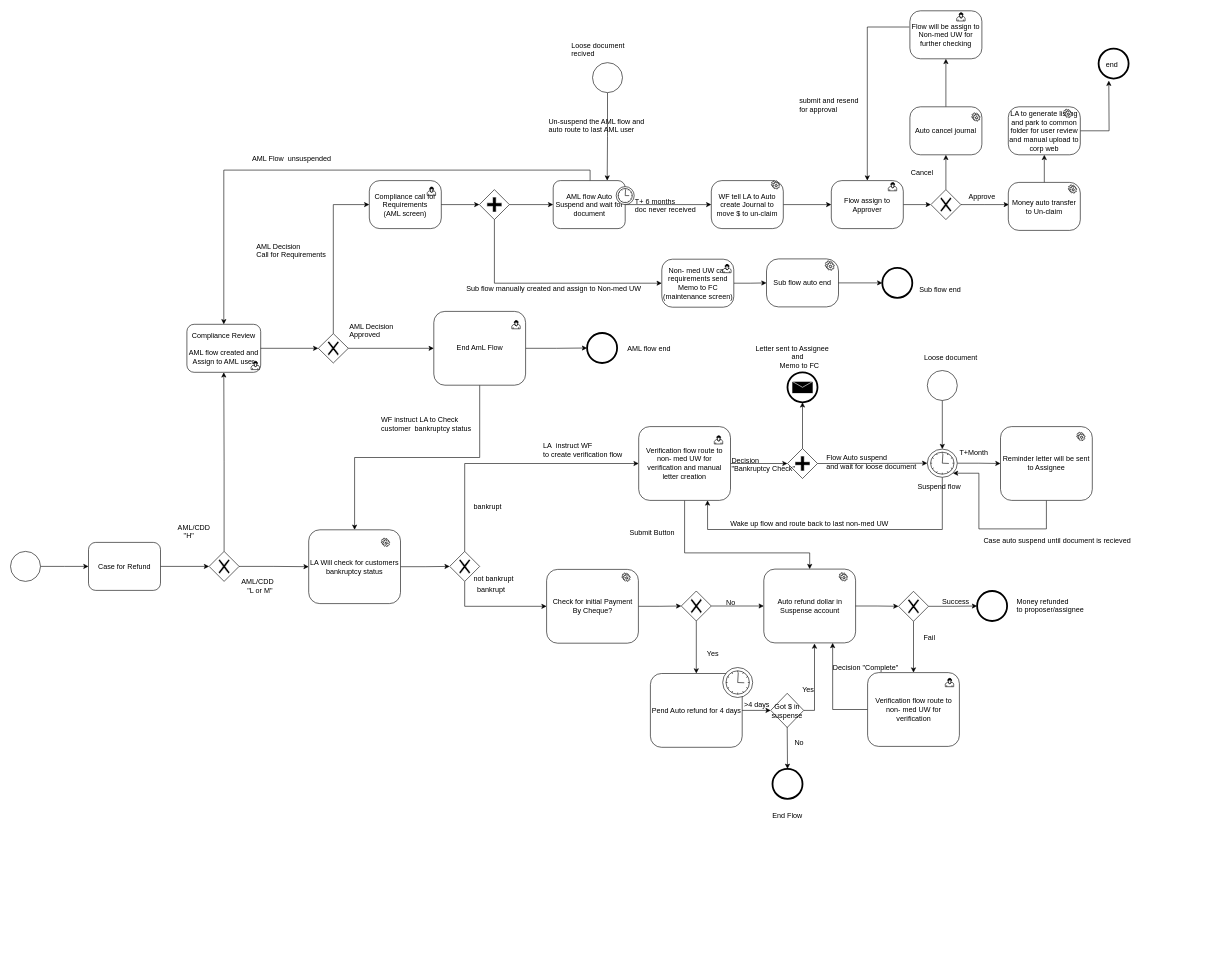
Earlier version of the draw.io diagram page "Refund" (11 of 13) of Jeff.drawio (Jefferzonlee/WorkFlow-BPR). Source tidied: cells renumbered, new cells numbered last; positions are measured from the earlier drawing's top-left corner, leaving out a move shared by most shapes. Both pictures are drawn from the tidied source at 60%, with x=0, y=0 at pixel (10, 10).
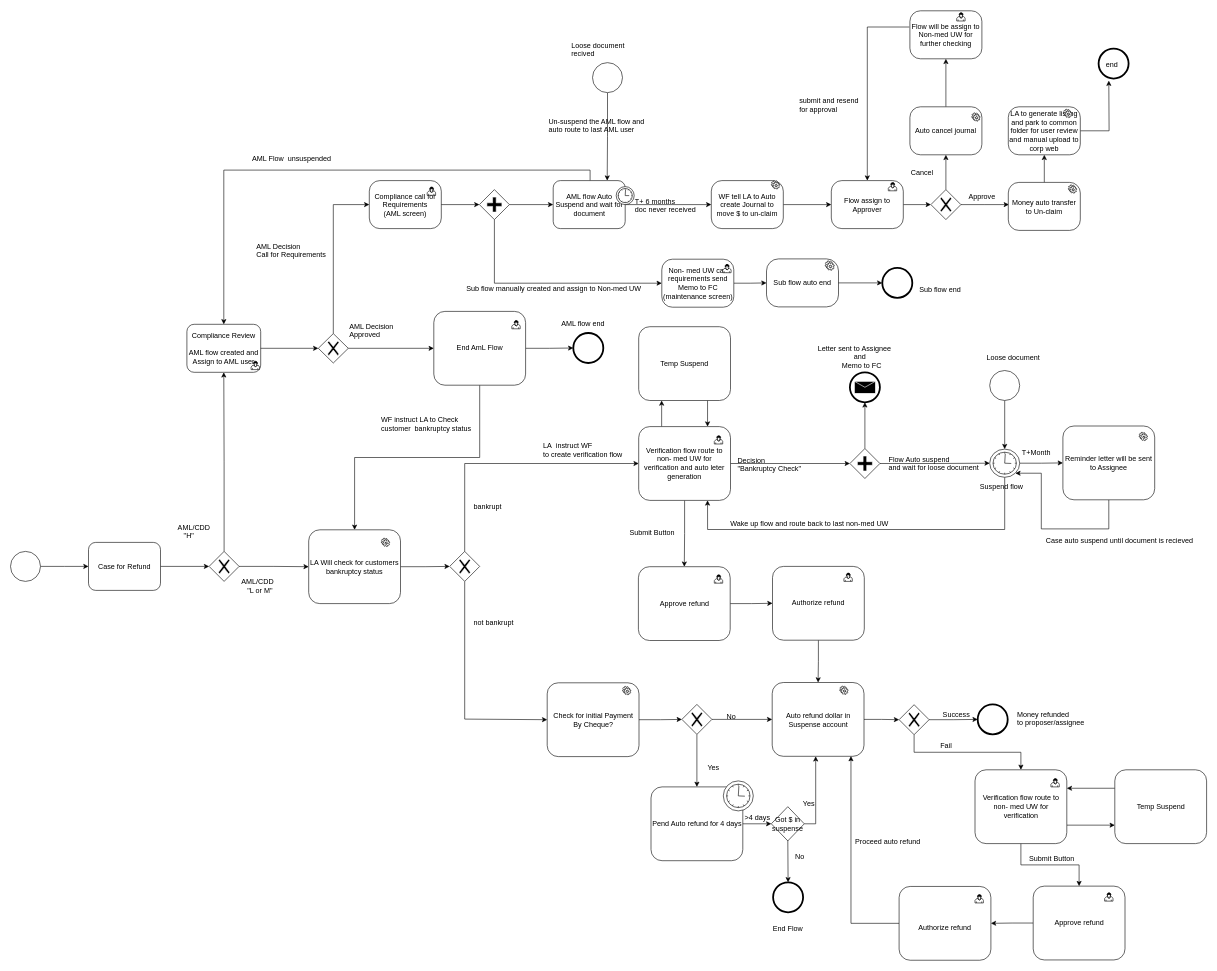
Above is the later version.

The change refers to these unchanged cells:
```xml
<mxCell id="56" style="shape=mxgraph.bpmn.shape;html=1;verticalLabelPosition=bottom;labelBackgroundColor=#ffffff;verticalAlign=top;align=center;perimeter=rhombusPerimeter;background=gateway;outlineConnect=0;outline=none;symbol=exclusiveGw;" parent="1" vertex="1">
  <mxGeometry x="732" y="901.5" width="50" height="50" as="geometry" />
</mxCell>
```

Diff of the diagram source:
```diff
@@
     <mxCell id="44" value="&amp;nbsp;AML flow end" style="text;html=1;align=left;verticalAlign=top;spacingTop=-4;" parent="1" vertex="1">
-      <mxGeometry x="1023" y="553.5" width="90" height="20" as="geometry" />
+      <mxGeometry x="913" y="513" width="90" height="20" as="geometry" />
     </mxCell>
@@
     <mxCell id="48" style="shape=mxgraph.bpmn.shape;html=1;verticalLabelPosition=bottom;labelBackgroundColor=#ffffff;verticalAlign=top;align=center;perimeter=ellipsePerimeter;outlineConnect=0;outline=end;symbol=general;" parent="1" vertex="1">
-      <mxGeometry x="961" y="537.5" width="50" height="50" as="geometry" />
+      <mxGeometry x="938" y="537.5" width="50" height="50" as="geometry" />
     </mxCell>
@@
     <mxCell id="54" style="edgeStyle=orthogonalEdgeStyle;rounded=0;jettySize=auto;html=1;exitX=0.5;exitY=1;exitDx=0;exitDy=0;entryX=0;entryY=0.5;entryDx=0;entryDy=0;" parent="1" edge="1" source="56" target="81">
       <mxGeometry relative="1" as="geometry">
         <Array as="points">
-          <mxPoint x="757" y="993" />
+          <mxPoint x="757" y="1181" />
         </Array>
       </mxGeometry>
     </mxCell>
@@
     <mxCell id="57" value="not bankrupt" style="text;html=1;align=left;verticalAlign=top;spacingTop=-4;" parent="1" vertex="1">
-      <mxGeometry x="769.5" y="937.5" width="80" height="20" as="geometry" />
+      <mxGeometry x="769.5" y="1009.5" width="80" height="20" as="geometry" />
     </mxCell>
-    <mxCell id="58" value="bankrupt" style="text;html=1;align=left;verticalAlign=top;spacingTop=-4;" parent="1" vertex="1">
-      <mxGeometry x="775.5" y="955" width="60" height="20" as="geometry" />
-    </mxCell>
@@
-    <mxCell id="60" style="edgeStyle=orthogonalEdgeStyle;rounded=0;jettySize=auto;html=1;entryX=0.5;entryY=0;entryDx=0;entryDy=0;exitX=0.5;exitY=1;exitDx=0;exitDy=0;" parent="1" edge="1" source="61" target="88">
-      <mxGeometry relative="1" as="geometry">
-        <Array as="points">
-          <mxPoint x="1124" y="904" />
-          <mxPoint x="1332" y="904" />
-        </Array>
-      </mxGeometry>
-    </mxCell>
+    <mxCell id="146" style="edgeStyle=orthogonalEdgeStyle;rounded=0;jettySize=auto;html=1;" parent="1" edge="1" source="61" target="154">
+      <mxGeometry relative="1" as="geometry" />
+    </mxCell>
+    <mxCell id="147" style="edgeStyle=orthogonalEdgeStyle;rounded=0;jettySize=auto;html=1;entryX=0.25;entryY=1;entryDx=0;entryDy=0;exitX=0.25;exitY=0;exitDx=0;exitDy=0;" parent="1" edge="1" source="61" target="149">
+      <mxGeometry relative="1" as="geometry" />
+    </mxCell>
-    <mxCell id="61" value="Verification flow route to non- med UW for verification and manual letter creation" style="shape=ext;rounded=1;html=1;whiteSpace=wrap;" parent="1" vertex="1">
+    <mxCell id="61" value="Verification flow route to non- med UW for verification and auto leter generation" style="shape=ext;rounded=1;html=1;whiteSpace=wrap;" parent="1" vertex="1">
       <mxGeometry x="1047" y="693.5" width="153" height="123" as="geometry" />
     </mxCell>
+    <mxCell id="148" style="edgeStyle=orthogonalEdgeStyle;rounded=0;jettySize=auto;html=1;entryX=0.75;entryY=0;entryDx=0;entryDy=0;exitX=0.75;exitY=1;exitDx=0;exitDy=0;" parent="1" edge="1" source="149" target="61">
+      <mxGeometry relative="1" as="geometry" />
+    </mxCell>
+    <mxCell id="149" value="Temp Suspend" style="shape=ext;rounded=1;html=1;whiteSpace=wrap;" parent="1" vertex="1">
+      <mxGeometry x="1047" y="527" width="153" height="123" as="geometry" />
+    </mxCell>
@@
     <mxCell id="65" value="Suspend flow" style="text;html=1;align=left;verticalAlign=top;spacingTop=-4;" parent="1" vertex="1">
-      <mxGeometry x="1510" y="784" width="90" height="20" as="geometry" />
+      <mxGeometry x="1614" y="784" width="90" height="20" as="geometry" />
     </mxCell>
@@
     <mxCell id="67" style="shape=mxgraph.bpmn.shape;html=1;verticalLabelPosition=bottom;labelBackgroundColor=#ffffff;verticalAlign=top;align=center;perimeter=rhombusPerimeter;background=gateway;outlineConnect=0;outline=none;symbol=parallelGw;" parent="1" vertex="1">
-      <mxGeometry x="1295" y="730" width="50" height="50" as="geometry" />
+      <mxGeometry x="1399" y="730" width="50" height="50" as="geometry" />
     </mxCell>
     <mxCell id="68" style="shape=mxgraph.bpmn.shape;html=1;verticalLabelPosition=bottom;labelBackgroundColor=#ffffff;verticalAlign=top;align=center;perimeter=ellipsePerimeter;outlineConnect=0;outline=end;symbol=message;" parent="1" vertex="1">
-      <mxGeometry x="1295" y="603" width="50" height="50" as="geometry" />
+      <mxGeometry x="1399" y="603" width="50" height="50" as="geometry" />
     </mxCell>
     <mxCell id="69" value="Letter sent to Assignee &lt;br&gt;&amp;nbsp; &amp;nbsp; &amp;nbsp; &amp;nbsp; &amp;nbsp; &amp;nbsp; &amp;nbsp; &amp;nbsp; &amp;nbsp; and &lt;br&gt;&amp;nbsp; &amp;nbsp; &amp;nbsp; &amp;nbsp; &amp;nbsp; &amp;nbsp; Memo to FC" style="text;html=1;align=left;verticalAlign=top;spacingTop=-4;" parent="1" vertex="1">
-      <mxGeometry x="1240" y="553.5" width="140" height="40" as="geometry" />
+      <mxGeometry x="1344" y="553.5" width="140" height="40" as="geometry" />
     </mxCell>
     <mxCell id="70" value="Flow Auto suspend&lt;br&gt;and wait for loose document&lt;br&gt;" style="text;html=1;align=left;verticalAlign=top;spacingTop=-4;" parent="1" vertex="1">
-      <mxGeometry x="1358" y="735.5" width="170" height="30" as="geometry" />
+      <mxGeometry x="1462" y="738.5" width="170" height="30" as="geometry" />
     </mxCell>
     <mxCell id="71" value="Decision &lt;br&gt;&quot;Bankruptcy Check&quot;" style="text;html=1;align=left;verticalAlign=top;spacingTop=-4;" parent="1" vertex="1">
-      <mxGeometry x="1200" y="740" width="120" height="30" as="geometry" />
+      <mxGeometry x="1210" y="740" width="120" height="30" as="geometry" />
     </mxCell>
@@
     <mxCell id="73" style="shape=mxgraph.bpmn.shape;html=1;verticalLabelPosition=bottom;labelBackgroundColor=#ffffff;verticalAlign=top;align=center;perimeter=ellipsePerimeter;outlineConnect=0;outline=standard;symbol=general;" parent="1" vertex="1">
-      <mxGeometry x="1528" y="600" width="50" height="50" as="geometry" />
+      <mxGeometry x="1632" y="600" width="50" height="50" as="geometry" />
     </mxCell>
     <mxCell id="74" value="Loose document" style="text;html=1;align=left;verticalAlign=top;spacingTop=-4;" parent="1" vertex="1">
-      <mxGeometry x="1521" y="569" width="100" height="20" as="geometry" />
+      <mxGeometry x="1625" y="569" width="100" height="20" as="geometry" />
     </mxCell>
     <mxCell id="75" style="edgeStyle=orthogonalEdgeStyle;rounded=0;jettySize=auto;html=1;entryX=0.75;entryY=1;entryDx=0;entryDy=0;" parent="1" edge="1" source="77" target="61">
       <mxGeometry relative="1" as="geometry">
         <Array as="points">
-          <mxPoint x="1553" y="865" />
+          <mxPoint x="1657" y="865" />
           <mxPoint x="1162" y="865" />
         </Array>
       </mxGeometry>
     </mxCell>
@@
     <mxCell id="77" style="shape=mxgraph.bpmn.shape;html=1;verticalLabelPosition=bottom;labelBackgroundColor=#ffffff;verticalAlign=top;align=center;perimeter=ellipsePerimeter;outlineConnect=0;outline=standard;symbol=timer;" parent="1" vertex="1">
-      <mxGeometry x="1528" y="731" width="50" height="47" as="geometry" />
+      <mxGeometry x="1632" y="731" width="50" height="47" as="geometry" />
     </mxCell>
@@
     <mxCell id="81" value="Check for initial Payment&lt;br&gt;By Cheque?&lt;br&gt;" style="shape=ext;rounded=1;html=1;whiteSpace=wrap;" parent="1" vertex="1">
-      <mxGeometry x="893.5" y="931.5" width="153" height="123" as="geometry" />
+      <mxGeometry x="894.5" y="1120.5" width="153" height="123" as="geometry" />
     </mxCell>
@@
     <mxCell id="84" style="shape=mxgraph.bpmn.shape;html=1;verticalLabelPosition=bottom;labelBackgroundColor=#ffffff;verticalAlign=top;align=center;perimeter=rhombusPerimeter;background=gateway;outlineConnect=0;outline=none;symbol=exclusiveGw;" parent="1" vertex="1">
-      <mxGeometry x="1118" y="967.5" width="50" height="50" as="geometry" />
+      <mxGeometry x="1119" y="1156.5" width="50" height="50" as="geometry" />
     </mxCell>
     <mxCell id="85" value="No" style="text;html=1;align=left;verticalAlign=top;spacingTop=-4;" parent="1" vertex="1">
-      <mxGeometry x="1191" y="978" width="30" height="20" as="geometry" />
+      <mxGeometry x="1192" y="1167" width="30" height="20" as="geometry" />
     </mxCell>
     <mxCell id="86" style="shape=mxgraph.bpmn.service_task;html=1;" parent="1" vertex="1">
-      <mxGeometry x="1019" y="937.4" width="14" height="14" as="geometry" />
+      <mxGeometry x="1020" y="1126.4" width="14" height="14" as="geometry" />
     </mxCell>
@@
     <mxCell id="88" value="Auto refund dollar in Suspense account" style="shape=ext;rounded=1;html=1;whiteSpace=wrap;" parent="1" vertex="1">
-      <mxGeometry x="1255.5" y="931" width="153" height="123" as="geometry" />
+      <mxGeometry x="1269.5" y="1120" width="153" height="123" as="geometry" />
     </mxCell>
     <mxCell id="89" style="shape=mxgraph.bpmn.service_task;html=1;" parent="1" vertex="1">
-      <mxGeometry x="1381" y="936.9" width="14" height="14" as="geometry" />
+      <mxGeometry x="1382" y="1125.9" width="14" height="14" as="geometry" />
     </mxCell>
     <mxCell id="90" style="shape=mxgraph.bpmn.shape;html=1;verticalLabelPosition=bottom;labelBackgroundColor=#ffffff;verticalAlign=top;align=center;perimeter=ellipsePerimeter;outlineConnect=0;outline=end;symbol=general;" parent="1" vertex="1">
-      <mxGeometry x="1611" y="967.5" width="50" height="50" as="geometry" />
+      <mxGeometry x="1612" y="1156.5" width="50" height="50" as="geometry" />
     </mxCell>
     <mxCell id="91" value="Money refunded &lt;br&gt;to proposer/assignee" style="text;html=1;align=left;verticalAlign=top;spacingTop=-4;" parent="1" vertex="1">
-      <mxGeometry x="1675" y="975" width="130" height="30" as="geometry" />
+      <mxGeometry x="1676" y="1164" width="130" height="30" as="geometry" />
     </mxCell>
     <mxCell id="92" value="Yes" style="text;html=1;align=left;verticalAlign=top;spacingTop=-4;" parent="1" vertex="1">
-      <mxGeometry x="1159" y="1063" width="40" height="20" as="geometry" />
+      <mxGeometry x="1160" y="1252" width="40" height="20" as="geometry" />
     </mxCell>
-    <mxCell id="93" style="edgeStyle=orthogonalEdgeStyle;rounded=0;jettySize=auto;html=1;exitX=1;exitY=0.5;exitDx=0;exitDy=0;" parent="1" edge="1" source="114">
+    <mxCell id="93" style="edgeStyle=orthogonalEdgeStyle;rounded=0;jettySize=auto;html=1;exitX=1;exitY=0.5;exitDx=0;exitDy=0;" parent="1" edge="1" source="114" target="88">
       <mxGeometry relative="1" as="geometry">
-        <mxPoint x="1340" y="1055" as="targetPoint" />
         <Array as="points">
-          <mxPoint x="1340" y="1167" />
+          <mxPoint x="1342" y="1356" />
         </Array>
       </mxGeometry>
     </mxCell>
     <mxCell id="94" value="Pend Auto refund for 4 days" style="shape=ext;rounded=1;html=1;whiteSpace=wrap;" parent="1" vertex="1">
-      <mxGeometry x="1066.5" y="1105" width="153" height="123" as="geometry" />
+      <mxGeometry x="1067.5" y="1294" width="153" height="123" as="geometry" />
     </mxCell>
     <mxCell id="95" style="shape=mxgraph.bpmn.shape;html=1;verticalLabelPosition=bottom;labelBackgroundColor=#ffffff;verticalAlign=top;align=center;perimeter=ellipsePerimeter;outline=standard;symbol=timer;" parent="1" vertex="1">
-      <mxGeometry x="1187" y="1095" width="50" height="50" as="geometry" />
+      <mxGeometry x="1188" y="1284" width="50" height="50" as="geometry" />
     </mxCell>
     <mxCell id="96" value="&amp;gt;4 days" style="text;html=1;align=left;verticalAlign=top;spacingTop=-4;" parent="1" vertex="1">
-      <mxGeometry x="1221" y="1146.5" width="60" height="20" as="geometry" />
+      <mxGeometry x="1222" y="1335.5" width="60" height="20" as="geometry" />
     </mxCell>
-    <mxCell id="97" style="edgeStyle=orthogonalEdgeStyle;rounded=0;jettySize=auto;html=1;" parent="1" edge="1" source="98" target="103">
+    <mxCell id="97" style="edgeStyle=orthogonalEdgeStyle;rounded=0;jettySize=auto;html=1;exitX=0.5;exitY=1;exitDx=0;exitDy=0;" parent="1" edge="1" source="98" target="103">
       <mxGeometry relative="1" as="geometry" />
     </mxCell>
     <mxCell id="98" style="shape=mxgraph.bpmn.shape;html=1;verticalLabelPosition=bottom;labelBackgroundColor=#ffffff;verticalAlign=top;align=center;perimeter=rhombusPerimeter;background=gateway;outlineConnect=0;outline=none;symbol=exclusiveGw;" parent="1" vertex="1">
-      <mxGeometry x="1480" y="968" width="50" height="50" as="geometry" />
+      <mxGeometry x="1481" y="1157" width="50" height="50" as="geometry" />
     </mxCell>
@@
     <mxCell id="100" value="Success" style="text;html=1;align=left;verticalAlign=top;spacingTop=-4;" parent="1" vertex="1">
-      <mxGeometry x="1551" y="975" width="60" height="20" as="geometry" />
+      <mxGeometry x="1552" y="1164" width="60" height="20" as="geometry" />
     </mxCell>
     <mxCell id="101" value="Fail" style="text;html=1;align=left;verticalAlign=top;spacingTop=-4;" parent="1" vertex="1">
-      <mxGeometry x="1520" y="1036" width="30" height="20" as="geometry" />
+      <mxGeometry x="1548" y="1215" width="30" height="20" as="geometry" />
     </mxCell>
-    <mxCell id="102" style="edgeStyle=orthogonalEdgeStyle;rounded=0;jettySize=auto;html=1;entryX=0.75;entryY=1;entryDx=0;entryDy=0;exitX=0;exitY=0.5;exitDx=0;exitDy=0;" parent="1" edge="1" source="103" target="88">
+    <mxCell id="102" style="edgeStyle=orthogonalEdgeStyle;rounded=0;jettySize=auto;html=1;entryX=0.5;entryY=0;entryDx=0;entryDy=0;" parent="1" edge="1" source="103" target="162">
       <mxGeometry relative="1" as="geometry" />
     </mxCell>
+    <mxCell id="150" style="edgeStyle=orthogonalEdgeStyle;rounded=0;jettySize=auto;html=1;exitX=1;exitY=0.75;exitDx=0;exitDy=0;entryX=0;entryY=0.75;entryDx=0;entryDy=0;" parent="1" edge="1" source="103" target="152">
+      <mxGeometry relative="1" as="geometry" />
+    </mxCell>
     <mxCell id="103" value="Verification flow route to non- med UW for verification" style="shape=ext;rounded=1;html=1;whiteSpace=wrap;" parent="1" vertex="1">
-      <mxGeometry x="1428.5" y="1103.5" width="153" height="123" as="geometry" />
+      <mxGeometry x="1607.5" y="1265.5" width="153" height="123" as="geometry" />
     </mxCell>
+    <mxCell id="151" style="edgeStyle=orthogonalEdgeStyle;rounded=0;jettySize=auto;html=1;entryX=1;entryY=0.25;entryDx=0;entryDy=0;exitX=0;exitY=0.25;exitDx=0;exitDy=0;" parent="1" edge="1" source="152" target="103">
+      <mxGeometry relative="1" as="geometry" />
+    </mxCell>
+    <mxCell id="152" value="Temp Suspend" style="shape=ext;rounded=1;html=1;whiteSpace=wrap;" parent="1" vertex="1">
+      <mxGeometry x="1840.5" y="1265.5" width="153" height="123" as="geometry" />
+    </mxCell>
     <mxCell id="104" style="html=1;shape=mxgraph.bpmn.user_task;" parent="1" vertex="1">
-      <mxGeometry x="1558" y="1113" width="14" height="14" as="geometry">
+      <mxGeometry x="1734" y="1280" width="14" height="14" as="geometry">
         <mxPoint x="7" y="7" as="offset" />
       </mxGeometry>
     </mxCell>
-    <mxCell id="105" value="Decision &quot;Complete&quot;" style="text;html=1;align=left;verticalAlign=top;spacingTop=-4;" parent="1" vertex="1">
-      <mxGeometry x="1368.5" y="1085" width="120" height="20" as="geometry" />
-    </mxCell>
@@
     <mxCell id="107" value="T+Month" style="text;html=1;align=left;verticalAlign=top;spacingTop=-4;" parent="1" vertex="1">
-      <mxGeometry x="1580" y="728" width="60" height="20" as="geometry" />
+      <mxGeometry x="1684" y="728" width="60" height="20" as="geometry" />
     </mxCell>
     <mxCell id="108" style="edgeStyle=orthogonalEdgeStyle;rounded=0;jettySize=auto;html=1;entryX=0.855;entryY=0.855;entryDx=0;entryDy=0;entryPerimeter=0;exitX=0.5;exitY=1;exitDx=0;exitDy=0;" parent="1" edge="1" source="109" target="77">
       <mxGeometry relative="1" as="geometry">
         <Array as="points">
-          <mxPoint x="1727" y="864" />
-          <mxPoint x="1614" y="864" />
-          <mxPoint x="1614" y="771" />
+          <mxPoint x="1831" y="864" />
+          <mxPoint x="1718" y="864" />
+          <mxPoint x="1718" y="771" />
         </Array>
       </mxGeometry>
     </mxCell>
     <mxCell id="109" value="Reminder letter will be sent to Assignee" style="shape=ext;rounded=1;html=1;whiteSpace=wrap;" parent="1" vertex="1">
-      <mxGeometry x="1650" y="693.5" width="153" height="123" as="geometry" />
+      <mxGeometry x="1754" y="692.5" width="153" height="123" as="geometry" />
     </mxCell>
     <mxCell id="110" value="Case auto suspend until document is recieved" style="text;html=1;align=left;verticalAlign=top;spacingTop=-4;" parent="1" vertex="1">
-      <mxGeometry x="1620" y="873.5" width="260" height="20" as="geometry" />
+      <mxGeometry x="1724" y="873.5" width="260" height="20" as="geometry" />
     </mxCell>
     <mxCell id="111" style="edgeStyle=orthogonalEdgeStyle;rounded=0;jettySize=auto;html=1;entryX=0.5;entryY=0;entryDx=0;entryDy=0;" parent="1" edge="1" target="115">
       <mxGeometry relative="1" as="geometry">
-        <mxPoint x="1294.5" y="1192" as="sourcePoint" />
+        <mxPoint x="1295.5" y="1381" as="sourcePoint" />
       </mxGeometry>
     </mxCell>
@@
     <mxCell id="113" value="No" style="text;html=1;align=left;verticalAlign=top;spacingTop=-4;" parent="1" vertex="1">
-      <mxGeometry x="1305" y="1211" width="25" height="14" as="geometry" />
+      <mxGeometry x="1306" y="1400" width="25" height="14" as="geometry" />
     </mxCell>
     <mxCell id="114" value="Got $ in suspense" style="rhombus;whiteSpace=wrap;html=1;" parent="1" vertex="1">
-      <mxGeometry x="1267" y="1138" width="55" height="57" as="geometry" />
+      <mxGeometry x="1268" y="1327" width="55" height="57" as="geometry" />
     </mxCell>
     <mxCell id="115" style="shape=mxgraph.bpmn.shape;html=1;verticalLabelPosition=bottom;labelBackgroundColor=#ffffff;verticalAlign=top;align=center;perimeter=ellipsePerimeter;outlineConnect=0;outline=end;symbol=general;" parent="1" vertex="1">
-      <mxGeometry x="1270" y="1264" width="50" height="50" as="geometry" />
+      <mxGeometry x="1271" y="1453" width="50" height="50" as="geometry" />
     </mxCell>
     <mxCell id="116" value="End Flow" style="text;html=1;align=left;verticalAlign=top;spacingTop=-4;" parent="1" vertex="1">
-      <mxGeometry x="1268" y="1332" width="70" height="20" as="geometry" />
+      <mxGeometry x="1269" y="1521" width="70" height="20" as="geometry" />
     </mxCell>
@@
     <mxCell id="144" value="Yes" style="text;html=1;align=left;verticalAlign=top;spacingTop=-4;" parent="1" vertex="1">
-      <mxGeometry x="1318" y="1123" width="30" height="14" as="geometry" />
+      <mxGeometry x="1319" y="1312" width="30" height="14" as="geometry" />
     </mxCell>
     <mxCell id="145" style="shape=mxgraph.bpmn.service_task;html=1;" parent="1" vertex="1">
-      <mxGeometry x="1777" y="702.9" width="14" height="14" as="geometry" />
+      <mxGeometry x="1881" y="702.9" width="14" height="14" as="geometry" />
     </mxCell>
+    <mxCell id="153" style="edgeStyle=orthogonalEdgeStyle;rounded=0;jettySize=auto;html=1;" parent="1" edge="1" source="154" target="156">
+      <mxGeometry relative="1" as="geometry" />
+    </mxCell>
+    <mxCell id="154" value="Approve refund" style="shape=ext;rounded=1;html=1;whiteSpace=wrap;" parent="1" vertex="1">
+      <mxGeometry x="1046.5" y="927" width="153" height="123" as="geometry" />
+    </mxCell>
+    <mxCell id="155" style="edgeStyle=orthogonalEdgeStyle;rounded=0;jettySize=auto;html=1;" parent="1" edge="1" source="156" target="88">
+      <mxGeometry relative="1" as="geometry" />
+    </mxCell>
+    <mxCell id="156" value="Authorize refund" style="shape=ext;rounded=1;html=1;whiteSpace=wrap;" parent="1" vertex="1">
+      <mxGeometry x="1270" y="926.5" width="153" height="123" as="geometry" />
+    </mxCell>
+    <mxCell id="157" style="html=1;shape=mxgraph.bpmn.user_task;" parent="1" vertex="1">
+      <mxGeometry x="1389" y="937.5" width="14" height="14" as="geometry">
+        <mxPoint x="7" y="7" as="offset" />
+      </mxGeometry>
+    </mxCell>
+    <mxCell id="158" style="html=1;shape=mxgraph.bpmn.user_task;" parent="1" vertex="1">
+      <mxGeometry x="1173" y="940.5" width="14" height="14" as="geometry">
+        <mxPoint x="7" y="7" as="offset" />
+      </mxGeometry>
+    </mxCell>
+    <mxCell id="159" style="edgeStyle=orthogonalEdgeStyle;rounded=0;jettySize=auto;html=1;" parent="1" edge="1" source="162" target="161">
+      <mxGeometry relative="1" as="geometry" />
+    </mxCell>
+    <mxCell id="160" style="edgeStyle=orthogonalEdgeStyle;rounded=0;jettySize=auto;html=1;entryX=0.858;entryY=0.997;entryDx=0;entryDy=0;entryPerimeter=0;" parent="1" edge="1" source="161" target="88">
+      <mxGeometry relative="1" as="geometry" />
+    </mxCell>
+    <mxCell id="161" value="&lt;br&gt;Authorize refund" style="shape=ext;rounded=1;html=1;whiteSpace=wrap;" parent="1" vertex="1">
+      <mxGeometry x="1481" y="1459.9" width="153" height="123" as="geometry" />
+    </mxCell>
+    <mxCell id="162" value="&lt;span style=&quot;white-space: normal&quot;&gt;Approve refund&lt;/span&gt;" style="shape=ext;rounded=1;html=1;whiteSpace=wrap;" parent="1" vertex="1">
+      <mxGeometry x="1704.5" y="1459.4" width="153" height="123" as="geometry" />
+    </mxCell>
+    <mxCell id="163" style="html=1;shape=mxgraph.bpmn.user_task;" parent="1" vertex="1">
+      <mxGeometry x="1823.5" y="1470.4" width="14" height="14" as="geometry">
+        <mxPoint x="7" y="7" as="offset" />
+      </mxGeometry>
+    </mxCell>
+    <mxCell id="164" style="html=1;shape=mxgraph.bpmn.user_task;" parent="1" vertex="1">
+      <mxGeometry x="1607.5" y="1473.4" width="14" height="14" as="geometry">
+        <mxPoint x="7" y="7" as="offset" />
+      </mxGeometry>
+    </mxCell>
+    <mxCell id="165" value="Submit Button" style="text;html=1;align=left;verticalAlign=top;spacingTop=-4;" parent="1" vertex="1">
+      <mxGeometry x="1696" y="1403.9" width="90" height="20" as="geometry" />
+    </mxCell>
+    <mxCell id="166" value="Proceed auto refund" style="text;html=1;align=left;verticalAlign=top;spacingTop=-4;" parent="1" vertex="1">
+      <mxGeometry x="1406" y="1374.5" width="119" height="14" as="geometry" />
+    </mxCell>
```
